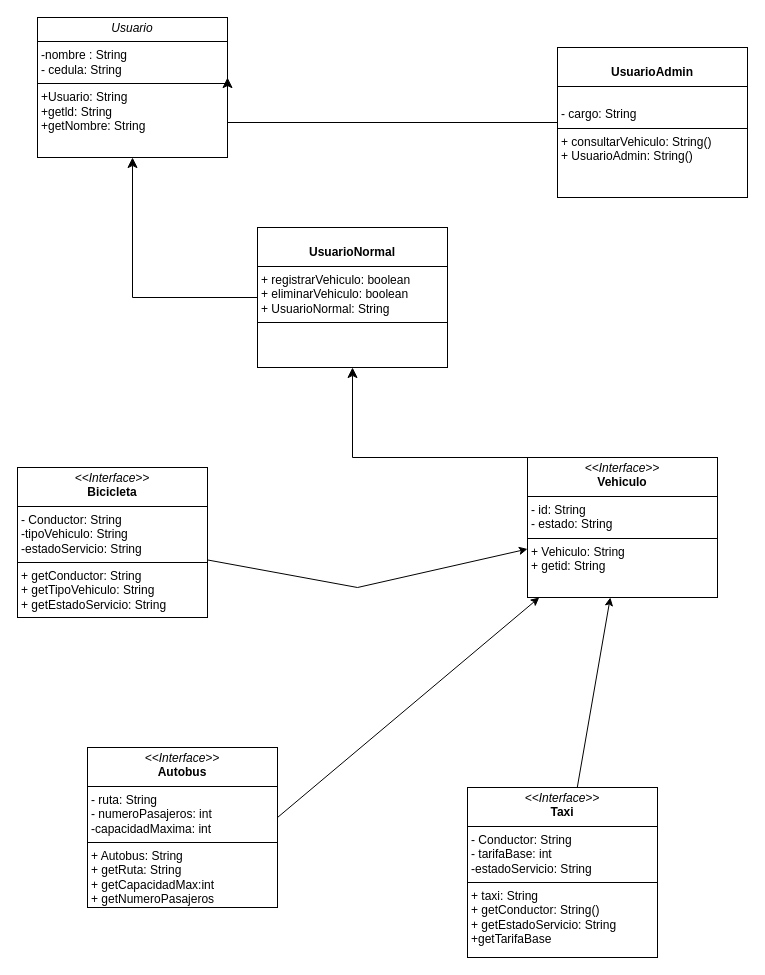
joseph1038/programacion-2 keeps this draw.io diagram as UML Vehiculo.drawio. Above is the earlier version. Source tidied: cells renumbered, new cells numbered last; positions are measured from the earlier drawing's top-left corner, leaving out a move shared by most shapes. Both pictures are drawn from the tidied source at 100%, with x=0, y=0 at pixel (17, 17).
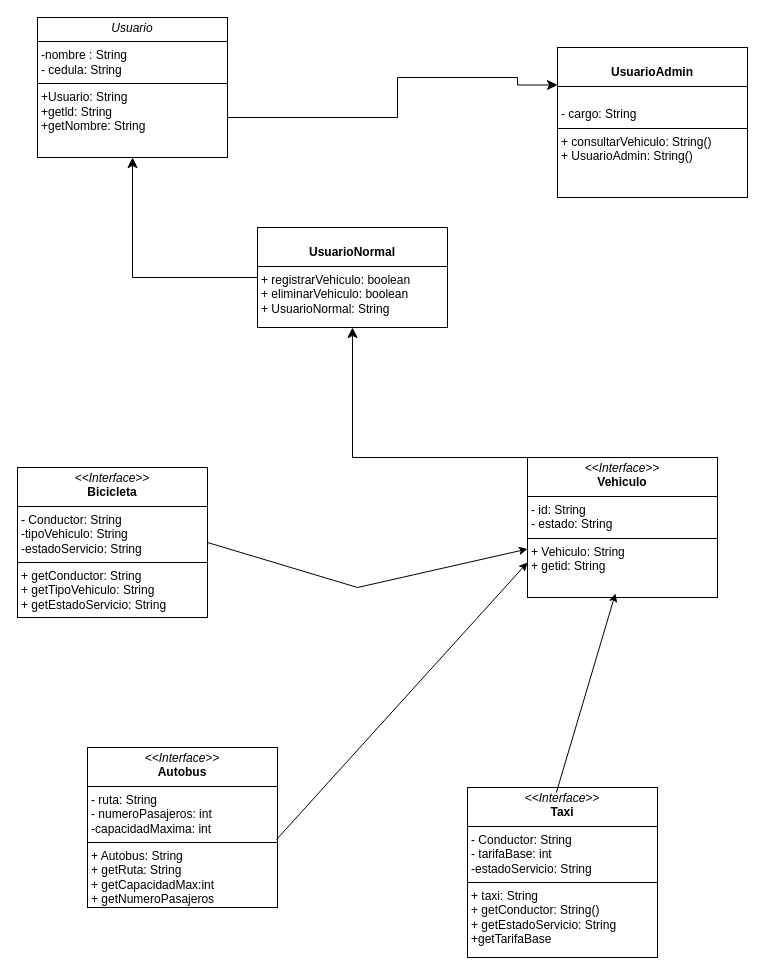
The same page after the edit.

Unchanged cells that the change refers to:
```xml
<mxCell id="2" value="&lt;p style=&quot;margin:0px;margin-top:4px;text-align:center;&quot;&gt;&lt;i&gt;&amp;lt;&amp;lt;Interface&amp;gt;&amp;gt;&lt;/i&gt;&lt;br&gt;&lt;b&gt;Vehiculo&lt;/b&gt;&lt;/p&gt;&lt;hr size=&quot;1&quot; style=&quot;border-style:solid;&quot;&gt;&lt;p style=&quot;margin:0px;margin-left:4px;&quot;&gt;- id: String&lt;br&gt;- estado: String&lt;/p&gt;&lt;hr size=&quot;1&quot; style=&quot;border-style:solid;&quot;&gt;&lt;p style=&quot;margin:0px;margin-left:4px;&quot;&gt;+ Vehiculo: String&lt;br&gt;+ getid: String&lt;/p&gt;" style="verticalAlign=top;align=left;overflow=fill;html=1;whiteSpace=wrap;" parent="1" vertex="1">
  <mxGeometry x="510" y="440" width="190" height="140" as="geometry" />
</mxCell>
<mxCell id="3" value="&lt;p style=&quot;margin:0px;margin-top:4px;text-align:center;&quot;&gt;&lt;br&gt;&lt;b&gt;UsuarioAdmin&lt;/b&gt;&lt;/p&gt;&lt;hr size=&quot;1&quot; style=&quot;border-style:solid;&quot;&gt;&lt;p style=&quot;margin:0px;margin-left:4px;&quot;&gt;&lt;br&gt;- cargo: String&lt;/p&gt;&lt;hr size=&quot;1&quot; style=&quot;border-style:solid;&quot;&gt;&lt;p style=&quot;margin:0px;margin-left:4px;&quot;&gt;+ consultarVehiculo: String()&lt;br&gt;+ UsuarioAdmin: String()&lt;/p&gt;" style="verticalAlign=top;align=left;overflow=fill;html=1;whiteSpace=wrap;" parent="1" vertex="1">
  <mxGeometry x="540" y="30" width="190" height="150" as="geometry" />
</mxCell>
<mxCell id="4" value="&lt;p style=&quot;margin:0px;margin-top:4px;text-align:center;&quot;&gt;&lt;i&gt;&amp;lt;&amp;lt;Interface&amp;gt;&amp;gt;&lt;/i&gt;&lt;br&gt;&lt;b&gt;Bicicleta&lt;/b&gt;&lt;/p&gt;&lt;hr size=&quot;1&quot; style=&quot;border-style:solid;&quot;&gt;&lt;p style=&quot;margin:0px;margin-left:4px;&quot;&gt;- Conductor: String&lt;br&gt;-tipoVehiculo: String&lt;/p&gt;&lt;p style=&quot;margin:0px;margin-left:4px;&quot;&gt;-estadoServicio: String&lt;/p&gt;&lt;hr size=&quot;1&quot; style=&quot;border-style:solid;&quot;&gt;&lt;p style=&quot;margin:0px;margin-left:4px;&quot;&gt;+ getConductor: String&lt;br&gt;+ getTipoVehiculo: String&lt;/p&gt;&lt;p style=&quot;margin:0px;margin-left:4px;&quot;&gt;+ getEstadoServicio: String&lt;/p&gt;" style="verticalAlign=top;align=left;overflow=fill;html=1;whiteSpace=wrap;" parent="1" vertex="1">
  <mxGeometry y="450" width="190" height="150" as="geometry" />
</mxCell>
<mxCell id="6" value="&lt;p style=&quot;margin:0px;margin-top:4px;text-align:center;&quot;&gt;&lt;i&gt;Usuario&lt;/i&gt;&lt;br&gt;&lt;/p&gt;&lt;hr size=&quot;1&quot; style=&quot;border-style:solid;&quot;&gt;&lt;p style=&quot;margin:0px;margin-left:4px;&quot;&gt;-nombre : String&lt;br&gt;- cedula: String&lt;/p&gt;&lt;hr size=&quot;1&quot; style=&quot;border-style:solid;&quot;&gt;&lt;p style=&quot;margin:0px;margin-left:4px;&quot;&gt;+Usuario: String&lt;br&gt;+getld: String&lt;/p&gt;&lt;p style=&quot;margin:0px;margin-left:4px;&quot;&gt;+getNombre: String&lt;/p&gt;" style="verticalAlign=top;align=left;overflow=fill;html=1;whiteSpace=wrap;" parent="1" vertex="1">
  <mxGeometry x="20" width="190" height="140" as="geometry" />
</mxCell>
<mxCell id="7" value="&lt;p style=&quot;margin:0px;margin-top:4px;text-align:center;&quot;&gt;&lt;i&gt;&amp;lt;&amp;lt;Interface&amp;gt;&amp;gt;&lt;/i&gt;&lt;br&gt;&lt;b&gt;Autobus&lt;/b&gt;&lt;/p&gt;&lt;hr size=&quot;1&quot; style=&quot;border-style:solid;&quot;&gt;&lt;p style=&quot;margin:0px;margin-left:4px;&quot;&gt;- ruta: String&lt;br&gt;- numeroPasajeros: int&lt;/p&gt;&lt;p style=&quot;margin:0px;margin-left:4px;&quot;&gt;-capacidadMaxima: int&lt;/p&gt;&lt;hr size=&quot;1&quot; style=&quot;border-style:solid;&quot;&gt;&lt;p style=&quot;margin:0px;margin-left:4px;&quot;&gt;+ Autobus: String&lt;br&gt;+ getRuta: String&lt;/p&gt;&lt;p style=&quot;margin:0px;margin-left:4px;&quot;&gt;+ getCapacidadMax:int&lt;/p&gt;&lt;p style=&quot;margin:0px;margin-left:4px;&quot;&gt;+ getNumeroPasajeros&lt;/p&gt;" style="verticalAlign=top;align=left;overflow=fill;html=1;whiteSpace=wrap;" parent="1" vertex="1">
  <mxGeometry x="70" y="730" width="190" height="160" as="geometry" />
</mxCell>
<mxCell id="8" value="&lt;p style=&quot;margin:0px;margin-top:4px;text-align:center;&quot;&gt;&lt;i&gt;&amp;lt;&amp;lt;Interface&amp;gt;&amp;gt;&lt;/i&gt;&lt;br&gt;&lt;b&gt;Taxi&lt;/b&gt;&lt;/p&gt;&lt;hr size=&quot;1&quot; style=&quot;border-style:solid;&quot;&gt;&lt;p style=&quot;margin:0px;margin-left:4px;&quot;&gt;- Conductor: String&lt;br&gt;- tarifaBase: int&lt;/p&gt;&lt;p style=&quot;margin:0px;margin-left:4px;&quot;&gt;-estadoServicio: String&lt;/p&gt;&lt;hr size=&quot;1&quot; style=&quot;border-style:solid;&quot;&gt;&lt;p style=&quot;margin:0px;margin-left:4px;&quot;&gt;+ taxi: String&lt;br&gt;+ getConductor: String()&lt;/p&gt;&lt;p style=&quot;margin:0px;margin-left:4px;&quot;&gt;+ getEstadoServicio: String&lt;/p&gt;&lt;p style=&quot;margin:0px;margin-left:4px;&quot;&gt;+getTarifaBase&lt;/p&gt;" style="verticalAlign=top;align=left;overflow=fill;html=1;whiteSpace=wrap;" parent="1" vertex="1">
  <mxGeometry x="450" y="770" width="190" height="170" as="geometry" />
</mxCell>
```

What changed in the source:
```diff
@@
-    <mxCell id="5" value="&lt;p style=&quot;margin:0px;margin-top:4px;text-align:center;&quot;&gt;&lt;br&gt;&lt;b&gt;UsuarioNormal&lt;/b&gt;&lt;/p&gt;&lt;hr size=&quot;1&quot; style=&quot;border-style:solid;&quot;&gt;&lt;p style=&quot;margin:0px;margin-left:4px;&quot;&gt;+ registrarVehiculo: boolean&lt;br&gt;+ eliminarVehiculo: boolean&lt;/p&gt;&lt;p style=&quot;margin:0px;margin-left:4px;&quot;&gt;+ UsuarioNormal: String&lt;/p&gt;&lt;hr size=&quot;1&quot; style=&quot;border-style:solid;&quot;&gt;&lt;p style=&quot;margin:0px;margin-left:4px;&quot;&gt;&lt;br&gt;&lt;/p&gt;" style="verticalAlign=top;align=left;overflow=fill;html=1;whiteSpace=wrap;" parent="1" vertex="1">
-      <mxGeometry x="240" y="210" width="190" height="140" as="geometry" />
+    <mxCell id="5" value="&lt;p style=&quot;margin:0px;margin-top:4px;text-align:center;&quot;&gt;&lt;br&gt;&lt;b&gt;UsuarioNormal&lt;/b&gt;&lt;/p&gt;&lt;hr size=&quot;1&quot; style=&quot;border-style:solid;&quot;&gt;&lt;p style=&quot;margin:0px;margin-left:4px;&quot;&gt;+ registrarVehiculo: boolean&lt;br&gt;+ eliminarVehiculo: boolean&lt;/p&gt;&lt;p style=&quot;margin:0px;margin-left:4px;&quot;&gt;+ UsuarioNormal: String&lt;/p&gt;&lt;p style=&quot;margin:0px;margin-left:4px;&quot;&gt;&lt;br&gt;&lt;/p&gt;" style="verticalAlign=top;align=left;overflow=fill;html=1;whiteSpace=wrap;" parent="1" vertex="1">
+      <mxGeometry x="240" y="210" width="190" height="100" as="geometry" />
     </mxCell>
@@
-    <mxCell id="11" style="edgeStyle=segmentEdgeStyle;endArrow=classic;html=1;curved=0;rounded=0;endSize=8;startSize=8;entryX=1;entryY=0.429;entryDx=0;entryDy=0;entryPerimeter=0;" parent="1" edge="1" source="3" target="6">
-      <mxGeometry relative="1" as="geometry" />
+    <mxCell id="11" style="edgeStyle=segmentEdgeStyle;endArrow=classic;html=1;curved=0;rounded=0;endSize=8;startSize=8;entryX=0;entryY=0.25;entryDx=0;entryDy=0;exitX=1;exitY=0.857;exitDx=0;exitDy=0;exitPerimeter=0;" parent="1" edge="1" source="6" target="3">
+      <mxGeometry relative="1" as="geometry">
+        <Array as="points">
+          <mxPoint x="210" y="100" />
+          <mxPoint x="380" y="100" />
+          <mxPoint x="380" y="60" />
+          <mxPoint x="500" y="60" />
+          <mxPoint x="500" y="68" />
+        </Array>
+      </mxGeometry>
     </mxCell>
-    <mxCell id="12" style="endArrow=classic;html=1;rounded=0;" parent="1" edge="1" target="2">
-      <mxGeometry relative="1" as="geometry">
-        <mxPoint x="260" y="800" as="sourcePoint" />
-      </mxGeometry>
+    <mxCell id="12" style="endArrow=classic;html=1;rounded=0;exitX=0.995;exitY=0.575;exitDx=0;exitDy=0;exitPerimeter=0;entryX=0;entryY=0.75;entryDx=0;entryDy=0;" parent="1" edge="1" source="7" target="2">
+      <mxGeometry relative="1" as="geometry" />
     </mxCell>
-    <mxCell id="13" style="endArrow=classic;html=1;rounded=0;" parent="1" edge="1" source="8" target="2">
+    <mxCell id="13" style="endArrow=classic;html=1;rounded=0;entryX=0.463;entryY=0.971;entryDx=0;entryDy=0;entryPerimeter=0;exitX=0.468;exitY=0.029;exitDx=0;exitDy=0;exitPerimeter=0;" parent="1" edge="1" source="8" target="2">
       <mxGeometry relative="1" as="geometry" />
     </mxCell>
-    <mxCell id="14" style="endArrow=classic;html=1;rounded=0;" parent="1" edge="1" source="4" target="2">
+    <mxCell id="14" style="endArrow=classic;html=1;rounded=0;exitX=1;exitY=0.5;exitDx=0;exitDy=0;" parent="1" edge="1" source="4" target="2">
       <mxGeometry relative="1" as="geometry">
         <Array as="points">
           <mxPoint x="340" y="570" />
         </Array>
       </mxGeometry>
     </mxCell>
```
